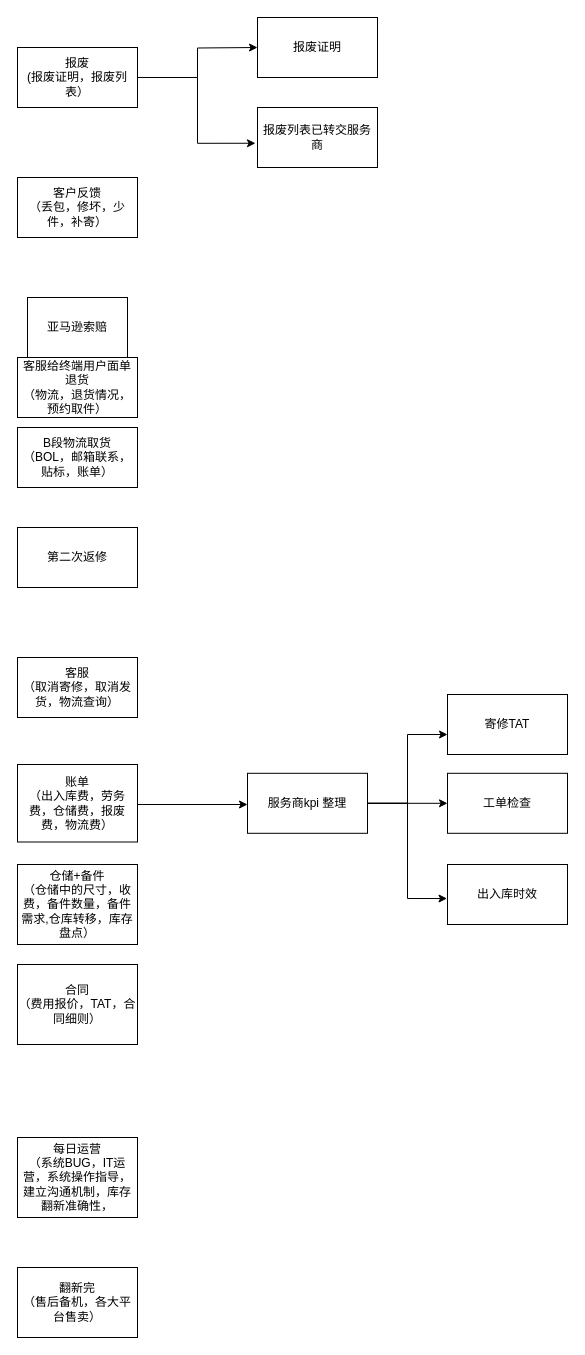
This is 售后运营职责+成功展现.drawio from Mr6cd/sing-box-subscribe, a draw.io file, before an edit. Source tidied: cells renumbered, new cells numbered last; positions are measured from the earlier drawing's top-left corner, leaving out a move shared by most shapes. Both pictures are drawn from the tidied source at 100%, with x=0, y=0 at pixel (17, 17).
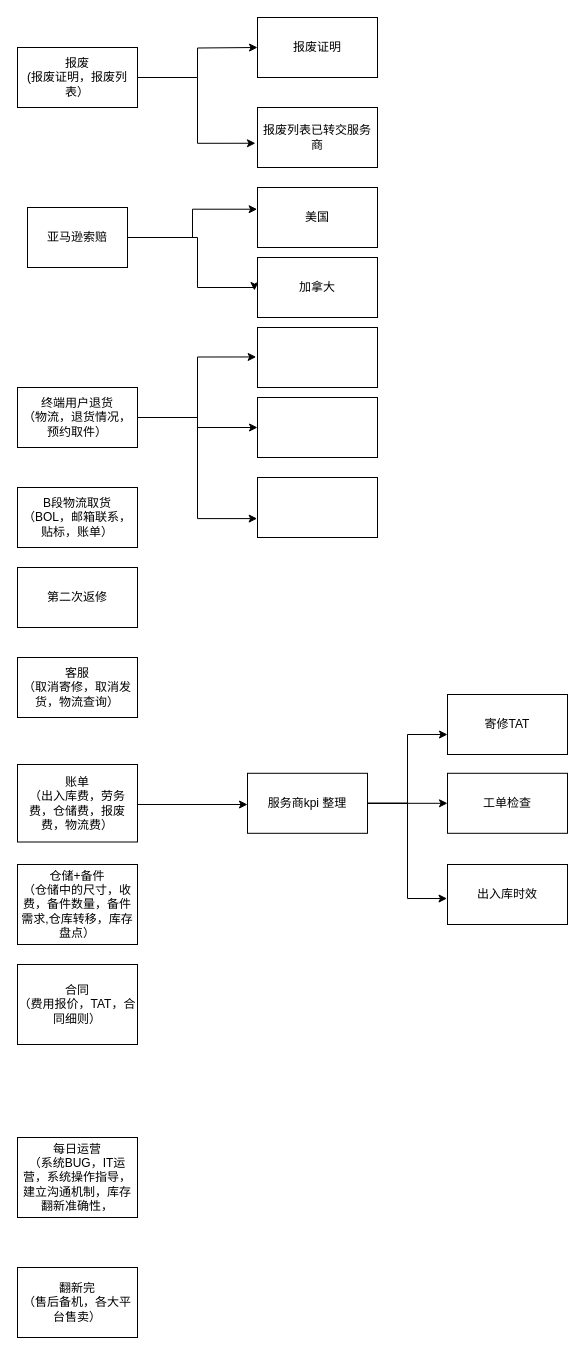
The same diagram, later.

Commit message:
更新售后运营职责+成功展现.drawio

The edit, as a diff of the source:
```diff
@@
+    <mxCell id="26" style="edgeStyle=orthogonalEdgeStyle;rounded=0;jettySize=auto;html=1;entryX=-0.011;entryY=0.491;entryDx=0;entryDy=0;entryPerimeter=0;" parent="1" edge="1" source="3" target="32">
+      <mxGeometry relative="1" as="geometry" />
+    </mxCell>
+    <mxCell id="27" style="edgeStyle=orthogonalEdgeStyle;rounded=0;jettySize=auto;html=1;" parent="1" edge="1" source="3" target="33">
+      <mxGeometry relative="1" as="geometry" />
+    </mxCell>
-    <mxCell id="3" value="&lt;div&gt;客服给终端用户面单退货&lt;/div&gt;&lt;div&gt;（物流，退货情况，预约取件）&lt;br&gt;&lt;/div&gt;" style="rounded=0;whiteSpace=wrap;html=1;" parent="1" vertex="1">
-      <mxGeometry y="340" width="120" height="60" as="geometry" />
+    <mxCell id="3" value="&lt;div&gt;终端用户退货&lt;/div&gt;&lt;div&gt;（物流，退货情况，预约取件）&lt;br&gt;&lt;/div&gt;" style="rounded=0;whiteSpace=wrap;html=1;" parent="1" vertex="1">
+      <mxGeometry y="370" width="120" height="60" as="geometry" />
     </mxCell>
     <mxCell id="4" value="&lt;div&gt;B段物流取货&lt;/div&gt;&lt;div&gt;（BOL，邮箱联系，贴标，账单）&lt;br&gt;&lt;/div&gt;" style="rounded=0;whiteSpace=wrap;html=1;" parent="1" vertex="1">
-      <mxGeometry y="410" width="120" height="60" as="geometry" />
+      <mxGeometry y="470" width="120" height="60" as="geometry" />
     </mxCell>
+    <mxCell id="28" style="edgeStyle=orthogonalEdgeStyle;rounded=0;jettySize=auto;html=1;entryX=-0.003;entryY=0.362;entryDx=0;entryDy=0;entryPerimeter=0;" parent="1" edge="1" source="5" target="30">
+      <mxGeometry relative="1" as="geometry" />
+    </mxCell>
+    <mxCell id="29" style="edgeStyle=orthogonalEdgeStyle;rounded=0;jettySize=auto;html=1;entryX=-0.026;entryY=0.55;entryDx=0;entryDy=0;entryPerimeter=0;" parent="1" edge="1" source="5" target="31">
+      <mxGeometry relative="1" as="geometry">
+        <Array as="points">
+          <mxPoint x="180" y="220" />
+          <mxPoint x="180" y="270" />
+          <mxPoint x="237" y="270" />
+        </Array>
+      </mxGeometry>
+    </mxCell>
     <mxCell id="5" value="&lt;div&gt;亚马逊索赔&lt;/div&gt;" style="whiteSpace=wrap;html=1;" parent="1" vertex="1">
-      <mxGeometry x="10" y="280" width="100" height="60" as="geometry" />
+      <mxGeometry x="10" y="190" width="100" height="60" as="geometry" />
     </mxCell>
@@
     <mxCell id="10" value="第二次返修" style="rounded=0;whiteSpace=wrap;html=1;" parent="1" vertex="1">
-      <mxGeometry y="510" width="120" height="60" as="geometry" />
+      <mxGeometry y="550" width="120" height="60" as="geometry" />
     </mxCell>
-    <mxCell id="11" value="&lt;div&gt;客户反馈&lt;/div&gt;&lt;div&gt;（丢包，修坏，少件，补寄）&lt;br&gt;&lt;/div&gt;" style="rounded=0;whiteSpace=wrap;html=1;" parent="1" vertex="1">
-      <mxGeometry y="160" width="120" height="60" as="geometry" />
-    </mxCell>
@@
+    <mxCell id="30" value="美国" style="rounded=0;whiteSpace=wrap;html=1;" parent="1" vertex="1">
+      <mxGeometry x="240" y="170" width="120" height="60" as="geometry" />
+    </mxCell>
+    <mxCell id="31" value="加拿大" style="rounded=0;whiteSpace=wrap;html=1;" parent="1" vertex="1">
+      <mxGeometry x="240" y="240" width="120" height="60" as="geometry" />
+    </mxCell>
+    <mxCell id="32" style="rounded=0;whiteSpace=wrap;html=1;" parent="1" vertex="1">
+      <mxGeometry x="240" y="310" width="120" height="60" as="geometry" />
+    </mxCell>
+    <mxCell id="33" style="rounded=0;whiteSpace=wrap;html=1;" parent="1" vertex="1">
+      <mxGeometry x="240" y="380" width="120" height="60" as="geometry" />
+    </mxCell>
+    <mxCell id="34" style="rounded=0;whiteSpace=wrap;html=1;" parent="1" vertex="1">
+      <mxGeometry x="240" y="460" width="120" height="60" as="geometry" />
+    </mxCell>
+    <mxCell id="35" style="edgeStyle=orthogonalEdgeStyle;rounded=0;jettySize=auto;html=1;entryX=-0.003;entryY=0.685;entryDx=0;entryDy=0;entryPerimeter=0;" parent="1" edge="1" source="3" target="34">
+      <mxGeometry relative="1" as="geometry" />
+    </mxCell>
```
